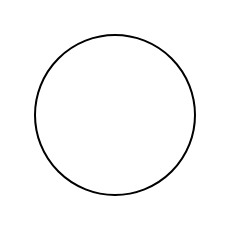
niuyiqun/llm_agent keeps this draw.io diagram as 未命名绘图.drawio. Above is the earlier version. Source tidied: cells renumbered, new cells numbered last; positions are measured from the earlier drawing's top-left corner, leaving out a move shared by most shapes. Both pictures are drawn from the tidied source at 200%, with x=0, y=0 at pixel (34, 34).
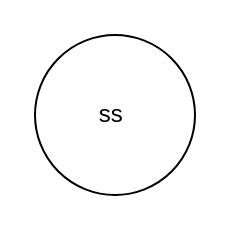
After the change.

Commit message:
更新未命名绘图.drawio

What changed in the source:
```diff
@@
 <mxGraphModel>
   <root>
     <mxCell id="0" />
     <mxCell id="1" parent="0" />
-    <mxCell id="2" style="ellipse;whiteSpace=wrap;html=1;" parent="1" vertex="1">
+    <mxCell id="2" value="ss&amp;nbsp;" style="ellipse;whiteSpace=wrap;html=1;" parent="1" vertex="1">
       <mxGeometry width="80" height="80" as="geometry" />
     </mxCell>
   </root>
 </mxGraphModel>
```
